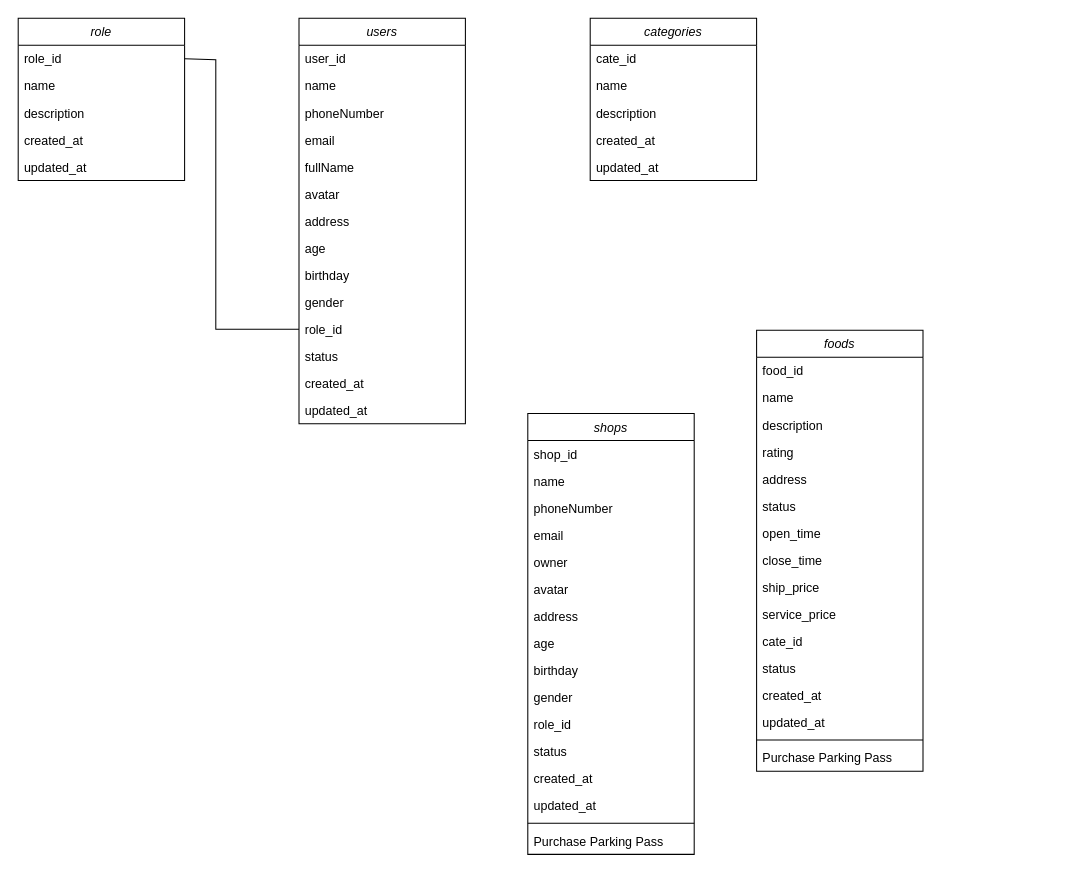
Earlier version of the draw.io diagram DATN.drawio (ntuananhdevs/DATN-DevFoods). Source tidied: cells renumbered, new cells numbered last; positions are measured from the earlier drawing's top-left corner, leaving out a move shared by most shapes. Both pictures are drawn from the tidied source at 104%, with x=0, y=0 at pixel (18, 18).
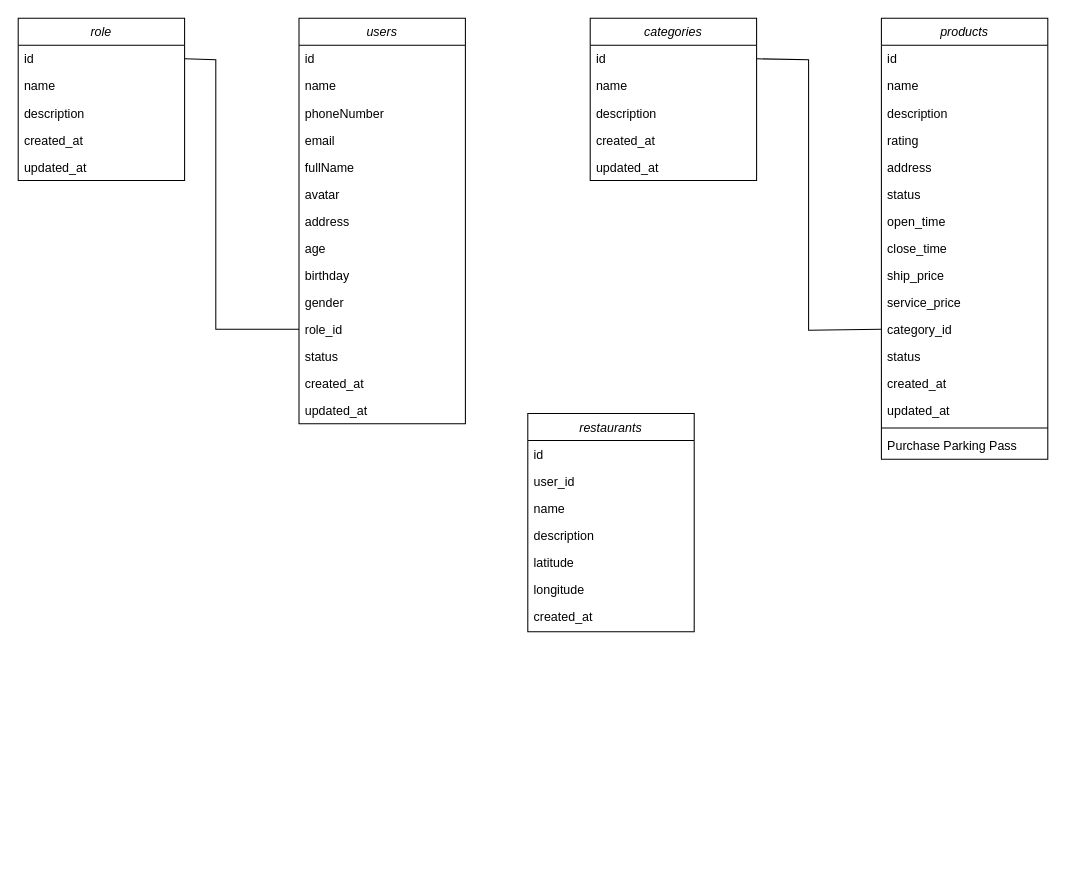
The same page after the edit.

Commit message (it also covers changes not shown here):
Cập nhật DATN.drawio

Unchanged cells that the change refers to:
```xml
<mxCell id="2" value="role" style="swimlane;fontStyle=2;align=center;verticalAlign=top;horizontal=1;startSize=26;rounded=0;shadow=0;strokeWidth=1;" parent="1" vertex="1">
  <mxGeometry width="160" height="156" as="geometry" />
</mxCell>
<mxCell id="9" value="categories" style="swimlane;fontStyle=2;align=center;verticalAlign=top;horizontal=1;startSize=26;rounded=0;shadow=0;strokeWidth=1;" parent="1" vertex="1">
  <mxGeometry x="550" width="160" height="156" as="geometry" />
</mxCell>
<mxCell id="49" value="users" style="swimlane;fontStyle=2;align=center;verticalAlign=top;horizontal=1;startSize=26;rounded=0;shadow=0;strokeWidth=1;" parent="1" vertex="1">
  <mxGeometry x="270" width="160" height="390" as="geometry" />
</mxCell>
```

The edit, as a diff of the source:
```diff
@@
-    <mxCell id="3" value="role_id" style="text;align=left;verticalAlign=top;spacingLeft=4;spacingRight=4;overflow=hidden;points=[[0,0.5],[1,0.5]];portConstraint=eastwest;" parent="2" vertex="1">
+    <mxCell id="3" value="id" style="text;align=left;verticalAlign=top;spacingLeft=4;spacingRight=4;overflow=hidden;points=[[0,0.5],[1,0.5]];portConstraint=eastwest;" parent="2" vertex="1">
       <mxGeometry y="26" width="160" height="26" as="geometry" />
     </mxCell>
@@
-    <mxCell id="10" value="cate_id" style="text;align=left;verticalAlign=top;spacingLeft=4;spacingRight=4;overflow=hidden;points=[[0,0.5],[1,0.5]];portConstraint=eastwest;" parent="9" vertex="1">
+    <mxCell id="10" value="id" style="text;align=left;verticalAlign=top;spacingLeft=4;spacingRight=4;overflow=hidden;points=[[0,0.5],[1,0.5]];portConstraint=eastwest;" parent="9" vertex="1">
       <mxGeometry y="26" width="160" height="26" as="geometry" />
     </mxCell>
@@
-    <mxCell id="15" value="foods" style="swimlane;fontStyle=2;align=center;verticalAlign=top;horizontal=1;startSize=26;rounded=0;shadow=0;strokeWidth=1;" parent="1" vertex="1">
-      <mxGeometry x="710" y="300" width="160" height="424" as="geometry" />
+    <mxCell id="15" value="products" style="swimlane;fontStyle=2;align=center;verticalAlign=top;horizontal=1;startSize=26;rounded=0;shadow=0;strokeWidth=1;whiteSpace=wrap;" parent="1" vertex="1">
+      <mxGeometry x="830" width="160" height="424" as="geometry" />
     </mxCell>
-    <mxCell id="16" value="food_id" style="text;align=left;verticalAlign=top;spacingLeft=4;spacingRight=4;overflow=hidden;" parent="15" vertex="1">
+    <mxCell id="16" value="id" style="text;align=left;verticalAlign=top;spacingLeft=4;spacingRight=4;overflow=hidden;" parent="15" vertex="1">
       <mxGeometry y="26" width="160" height="26" as="geometry" />
     </mxCell>
@@
-    <mxCell id="26" value="cate_id" style="text;align=left;verticalAlign=top;spacingLeft=4;spacingRight=4;overflow=hidden;points=[[0,0.5],[1,0.5]];portConstraint=eastwest;" parent="15" vertex="1">
+    <mxCell id="26" value="category_id" style="text;align=left;verticalAlign=top;spacingLeft=4;spacingRight=4;overflow=hidden;points=[[0,0.5],[1,0.5]];portConstraint=eastwest;" parent="15" vertex="1">
       <mxGeometry y="286" width="160" height="26" as="geometry" />
     </mxCell>
@@
-    <mxCell id="32" value="shops" style="swimlane;fontStyle=2;align=center;verticalAlign=top;horizontal=1;startSize=26;rounded=0;shadow=0;strokeWidth=1;" parent="1" vertex="1">
-      <mxGeometry x="490" y="380" width="160" height="424" as="geometry" />
+    <mxCell id="32" value="restaurants" style="swimlane;fontStyle=2;align=center;verticalAlign=top;horizontal=1;startSize=26;rounded=0;shadow=0;strokeWidth=1;" parent="1" vertex="1">
+      <mxGeometry x="490" y="380" width="160" height="210" as="geometry" />
     </mxCell>
-    <mxCell id="33" value="shop_id" style="text;align=left;verticalAlign=top;spacingLeft=4;spacingRight=4;overflow=hidden;" parent="32" vertex="1">
+    <mxCell id="33" value="id" style="text;align=left;verticalAlign=top;spacingLeft=4;spacingRight=4;overflow=hidden;" parent="32" vertex="1">
       <mxGeometry y="26" width="160" height="26" as="geometry" />
     </mxCell>
-    <mxCell id="34" value="name" style="text;align=left;verticalAlign=top;spacingLeft=4;spacingRight=4;overflow=hidden;" parent="32" vertex="1">
+    <mxCell id="34" value="user_id" style="text;align=left;verticalAlign=top;spacingLeft=4;spacingRight=4;overflow=hidden;" parent="32" vertex="1">
       <mxGeometry y="52" width="160" height="26" as="geometry" />
     </mxCell>
-    <mxCell id="35" value="phoneNumber" style="text;align=left;verticalAlign=top;spacingLeft=4;spacingRight=4;overflow=hidden;rounded=0;shadow=0;html=0;" parent="32" vertex="1">
+    <mxCell id="35" value="name" style="text;align=left;verticalAlign=top;spacingLeft=4;spacingRight=4;overflow=hidden;rounded=0;shadow=0;html=0;" parent="32" vertex="1">
       <mxGeometry y="78" width="160" height="26" as="geometry" />
     </mxCell>
-    <mxCell id="36" value="email" style="text;align=left;verticalAlign=top;spacingLeft=4;spacingRight=4;overflow=hidden;rounded=0;shadow=0;html=0;" parent="32" vertex="1">
+    <mxCell id="36" value="description" style="text;align=left;verticalAlign=top;spacingLeft=4;spacingRight=4;overflow=hidden;rounded=0;shadow=0;html=0;" parent="32" vertex="1">
       <mxGeometry y="104" width="160" height="26" as="geometry" />
     </mxCell>
-    <mxCell id="37" value="owner" style="text;align=left;verticalAlign=top;spacingLeft=4;spacingRight=4;overflow=hidden;rounded=0;shadow=0;html=0;" parent="32" vertex="1">
+    <mxCell id="37" value="latitude" style="text;align=left;verticalAlign=top;spacingLeft=4;spacingRight=4;overflow=hidden;rounded=0;shadow=0;html=0;" parent="32" vertex="1">
       <mxGeometry y="130" width="160" height="26" as="geometry" />
     </mxCell>
-    <mxCell id="38" value="avatar" style="text;align=left;verticalAlign=top;spacingLeft=4;spacingRight=4;overflow=hidden;rounded=0;shadow=0;html=0;" parent="32" vertex="1">
+    <mxCell id="38" value="longitude" style="text;align=left;verticalAlign=top;spacingLeft=4;spacingRight=4;overflow=hidden;rounded=0;shadow=0;html=0;" parent="32" vertex="1">
       <mxGeometry y="156" width="160" height="26" as="geometry" />
     </mxCell>
-    <mxCell id="39" value="address" style="text;align=left;verticalAlign=top;spacingLeft=4;spacingRight=4;overflow=hidden;rounded=0;shadow=0;html=0;" parent="32" vertex="1">
-      <mxGeometry y="182" width="160" height="26" as="geometry" />
-    </mxCell>
-    <mxCell id="40" value="age" style="text;align=left;verticalAlign=top;spacingLeft=4;spacingRight=4;overflow=hidden;" parent="32" vertex="1">
-      <mxGeometry y="208" width="160" height="26" as="geometry" />
-    </mxCell>
-    <mxCell id="41" value="birthday" style="text;align=left;verticalAlign=top;spacingLeft=4;spacingRight=4;overflow=hidden;" parent="32" vertex="1">
-      <mxGeometry y="234" width="160" height="26" as="geometry" />
-    </mxCell>
-    <mxCell id="42" value="gender" style="text;align=left;verticalAlign=top;spacingLeft=4;spacingRight=4;overflow=hidden;" parent="32" vertex="1">
-      <mxGeometry y="260" width="160" height="26" as="geometry" />
-    </mxCell>
-    <mxCell id="43" value="role_id" style="text;align=left;verticalAlign=top;spacingLeft=4;spacingRight=4;overflow=hidden;" parent="32" vertex="1">
-      <mxGeometry y="286" width="160" height="26" as="geometry" />
-    </mxCell>
-    <mxCell id="44" value="status" style="text;align=left;verticalAlign=top;spacingLeft=4;spacingRight=4;overflow=hidden;" parent="32" vertex="1">
-      <mxGeometry y="312" width="160" height="26" as="geometry" />
-    </mxCell>
     <mxCell id="45" value="created_at" style="text;align=left;verticalAlign=top;spacingLeft=4;spacingRight=4;overflow=hidden;" parent="32" vertex="1">
-      <mxGeometry y="338" width="160" height="26" as="geometry" />
+      <mxGeometry y="182" width="160" height="26" as="geometry" />
     </mxCell>
-    <mxCell id="46" value="updated_at" style="text;align=left;verticalAlign=top;spacingLeft=4;spacingRight=4;overflow=hidden;" parent="32" vertex="1">
-      <mxGeometry y="364" width="160" height="26" as="geometry" />
-    </mxCell>
-    <mxCell id="47" style="line;html=1;strokeWidth=1;align=left;verticalAlign=middle;spacingTop=-1;spacingLeft=3;spacingRight=3;labelPosition=right;" parent="32" vertex="1">
-      <mxGeometry y="390" width="160" height="8" as="geometry" />
-    </mxCell>
-    <mxCell id="48" value="Purchase Parking Pass" style="text;align=left;verticalAlign=top;spacingLeft=4;spacingRight=4;overflow=hidden;" parent="32" vertex="1">
-      <mxGeometry y="398" width="160" height="26" as="geometry" />
-    </mxCell>
@@
-    <mxCell id="50" value="user_id" style="text;align=left;verticalAlign=top;spacingLeft=4;spacingRight=4;overflow=hidden;" parent="49" vertex="1">
+    <mxCell id="50" value="id" style="text;align=left;verticalAlign=top;spacingLeft=4;spacingRight=4;overflow=hidden;" parent="49" vertex="1">
       <mxGeometry y="26" width="160" height="26" as="geometry" />
     </mxCell>
@@
+    <mxCell id="64" style="endArrow=none;html=1;rounded=0;exitX=1;exitY=0.5;exitDx=0;exitDy=0;entryX=0;entryY=0.5;entryDx=0;entryDy=0;" parent="1" edge="1" source="10" target="26">
+      <mxGeometry relative="1" as="geometry">
+        <Array as="points">
+          <mxPoint x="760" y="40" />
+          <mxPoint x="760" y="300" />
+        </Array>
+      </mxGeometry>
+    </mxCell>
```
